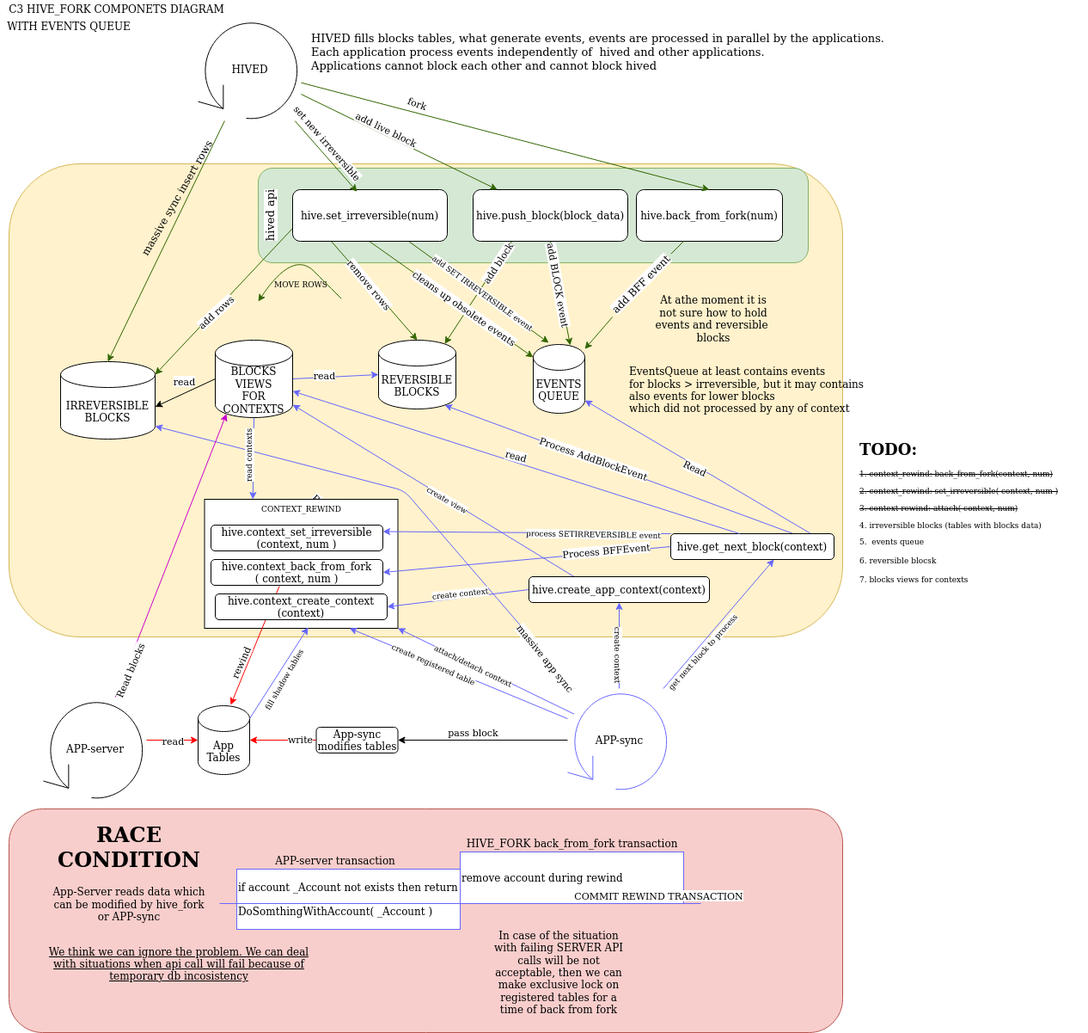
Before: doc/evq_c3.png, a diagram exported from draw.io (openhive-network/HAfAH). Source tidied: cells renumbered, new cells last; positions are measured from the earlier drawing's top-left corner, leaving out a move shared by most shapes.
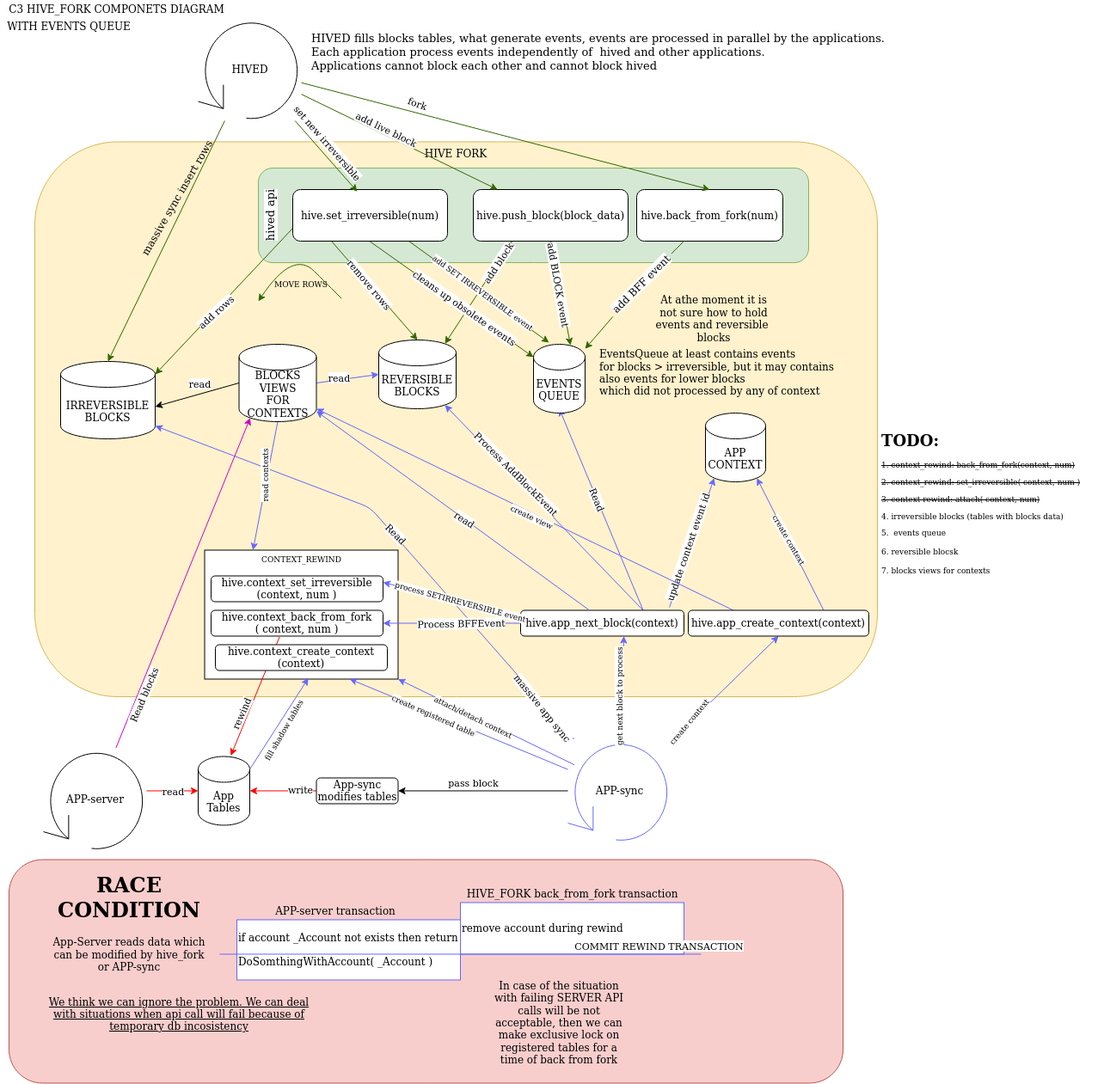
Above is the later version.

Commit message:
add hive.app_context table

The edit, as a diff of the source:
```diff
@@ -5,3 +5,3 @@
     <mxCell id="2" value="HIVE FORK" style="rounded=1;whiteSpace=wrap;html=1;strokeColor=#d6b656;align=center;verticalAlign=top;fillColor=#fff2cc;" parent="1" vertex="1">
-      <mxGeometry x="10" y="190" width="970" height="550" as="geometry" />
+      <mxGeometry x="40" y="164.5" width="980" height="645.5" as="geometry" />
     </mxCell>
@@ -11,3 +11,3 @@
     <mxCell id="4" style="rounded=1;whiteSpace=wrap;html=1;labelBackgroundColor=none;strokeColor=#b85450;align=left;fillColor=#f8cecc;" parent="1" vertex="1">
-      <mxGeometry x="10" y="940" width="970" height="260" as="geometry" />
+      <mxGeometry x="10" y="999.5" width="970" height="260" as="geometry" />
     </mxCell>
@@ -17,6 +17,6 @@
     <mxCell id="6" value="APP-sync" style="shape=mxgraph.bpmn.loop;html=1;outlineConnect=0;strokeColor=#6666FF;" parent="1" vertex="1">
-      <mxGeometry x="660" y="800" width="120" height="120" as="geometry" />
+      <mxGeometry x="660" y="859.5" width="120" height="120" as="geometry" />
     </mxCell>
     <mxCell id="7" value="App Tables" style="shape=cylinder3;whiteSpace=wrap;html=1;boundedLbl=1;backgroundOutline=1;size=15;" parent="1" vertex="1">
-      <mxGeometry x="230" y="820" width="60" height="80" as="geometry" />
+      <mxGeometry x="230" y="879.5" width="60" height="80" as="geometry" />
     </mxCell>
@@ -66,3 +66,3 @@
         <Array as="points">
-          <mxPoint x="470" y="570" />
+          <mxPoint x="430" y="590" />
         </Array>
@@ -72,3 +72,3 @@
       <mxGeometry x="0.67" y="-2" relative="1" as="geometry">
-        <mxPoint x="97" y="67" as="offset" />
+        <mxPoint x="182" y="90" as="offset" />
       </mxGeometry>
@@ -83,8 +83,10 @@
     </mxCell>
-    <mxCell id="23" style="endArrow=classic;html=1;fontColor=#000000;entryX=1;entryY=1;entryDx=0;entryDy=-15;entryPerimeter=0;exitX=0.858;exitY=0;exitDx=0;exitDy=0;strokeColor=#6666FF;exitPerimeter=0;" parent="1" edge="1" source="47" target="41">
-      <mxGeometry relative="1" as="geometry" />
+    <mxCell id="23" style="endArrow=classic;html=1;fontColor=#000000;entryX=0.5;entryY=1;entryDx=0;entryDy=0;entryPerimeter=0;exitX=0.75;exitY=0;exitDx=0;exitDy=0;strokeColor=#6666FF;" parent="1" edge="1" source="47">
+      <mxGeometry relative="1" as="geometry">
+        <mxPoint x="650" y="475" as="targetPoint" />
+      </mxGeometry>
     </mxCell>
-    <mxCell id="24" value="Read" style="edgeLabel;html=1;align=center;verticalAlign=middle;fontColor=#000000;rotation=25;" parent="23" vertex="1">
+    <mxCell id="24" value="Read" style="edgeLabel;html=1;align=center;verticalAlign=middle;fontColor=#000000;rotation=68;" parent="23" vertex="1">
       <mxGeometry x="-0.12" y="1" relative="1" as="geometry">
-        <mxPoint x="-19" y="-9" as="offset" />
+        <mxPoint x="-9" y="-26" as="offset" />
       </mxGeometry>
@@ -135,3 +137,3 @@
     <mxCell id="36" value="APP-server" style="shape=mxgraph.bpmn.loop;html=1;outlineConnect=0;" parent="1" vertex="1">
-      <mxGeometry x="50" y="810" width="120" height="120" as="geometry" />
+      <mxGeometry x="50" y="869.5" width="120" height="120" as="geometry" />
     </mxCell>
@@ -139,3 +141,3 @@
       <mxGeometry relative="1" as="geometry">
-        <mxPoint x="170" y="860" as="sourcePoint" />
+        <mxPoint x="170" y="919.5" as="sourcePoint" />
       </mxGeometry>
@@ -164,5 +166,5 @@
     </mxCell>
-    <mxCell id="44" value="&lt;div&gt;Process AddBlockEvent&lt;br&gt;&lt;/div&gt;" style="edgeLabel;html=1;align=center;verticalAlign=middle;fontColor=#000000;labelBackgroundColor=#ffffff;rotation=19;" parent="43" vertex="1">
+    <mxCell id="44" value="&lt;div&gt;Process AddBlockEvent&lt;br&gt;&lt;/div&gt;" style="edgeLabel;html=1;align=center;verticalAlign=middle;fontColor=#000000;labelBackgroundColor=#ffffff;rotation=45;" parent="43" vertex="1">
       <mxGeometry x="0.16" y="-3" relative="1" as="geometry">
-        <mxPoint x="1" y="2" as="offset" />
+        <mxPoint x="-16" y="-19" as="offset" />
       </mxGeometry>
@@ -177,4 +179,12 @@
     </mxCell>
+    <mxCell id="107" style="edgeStyle=none;rounded=0;jettySize=auto;html=1;exitX=0.911;exitY=-0.116;exitDx=0;exitDy=0;entryX=0.145;entryY=1;entryDx=0;entryDy=-4.35;entryPerimeter=0;fontSize=13;fontColor=#000000;strokeColor=#6666FF;exitPerimeter=0;" parent="1" edge="1" source="47" target="109">
+      <mxGeometry relative="1" as="geometry" />
+    </mxCell>
+    <mxCell id="108" value="&lt;font style=&quot;font-size: 11px;&quot;&gt;update context event id&lt;/font&gt;" style="edgeLabel;html=1;align=center;verticalAlign=middle;fontSize=11;fontColor=#000000;rotation=289;" parent="107" vertex="1">
+      <mxGeometry x="0.38" y="-2" relative="1" as="geometry">
+        <mxPoint x="-16" y="33" as="offset" />
+      </mxGeometry>
+    </mxCell>
-    <mxCell id="47" value="hive.get_next_block(context)" style="rounded=1;whiteSpace=wrap;html=1;fontColor=#000000;align=center;" parent="1" vertex="1">
-      <mxGeometry x="780" y="620" width="190" height="30" as="geometry" />
+    <mxCell id="47" value="hive.app_next_block(context)" style="rounded=1;whiteSpace=wrap;html=1;fontColor=#000000;align=center;" parent="1" vertex="1">
+      <mxGeometry x="605" y="709.5" width="190" height="30" as="geometry" />
     </mxCell>
@@ -183,5 +193,5 @@
     </mxCell>
-    <mxCell id="49" value="read" style="edgeLabel;html=1;align=center;verticalAlign=middle;fontColor=#000000;rotation=15;" parent="48" vertex="1">
+    <mxCell id="49" value="read" style="edgeLabel;html=1;align=center;verticalAlign=middle;fontColor=#000000;rotation=33;" parent="48" vertex="1">
       <mxGeometry x="-0.27" y="1" relative="1" as="geometry">
-        <mxPoint x="-70" y="-31" as="offset" />
+        <mxPoint x="-29" y="-23" as="offset" />
       </mxGeometry>
@@ -191,5 +201,5 @@
     </mxCell>
-    <mxCell id="51" value="get next block to process" style="edgeLabel;html=1;align=center;verticalAlign=middle;fontSize=9;fontColor=#000000;rotation=312;" parent="50" vertex="1">
+    <mxCell id="51" value="get next block to process" style="edgeLabel;html=1;align=center;verticalAlign=middle;fontSize=9;fontColor=#000000;rotation=-90;" parent="50" vertex="1">
       <mxGeometry x="-0.42" relative="1" as="geometry">
-        <mxPoint x="8" y="1" as="offset" />
+        <mxPoint x="-3" y="-14" as="offset" />
       </mxGeometry>
@@ -203,12 +213,12 @@
     <mxCell id="54" value="App-sync modifies tables" style="rounded=1;whiteSpace=wrap;html=1;fontColor=#000000;align=center;" parent="1" vertex="1">
-      <mxGeometry x="367.5" y="845" width="95" height="30" as="geometry" />
+      <mxGeometry x="367.5" y="904.5" width="95" height="30" as="geometry" />
     </mxCell>
     <mxCell id="55" value="&lt;h1&gt;RACE CONDITION&lt;br&gt;&lt;/h1&gt;&lt;p&gt;App-Server reads data which can be modified by hive_fork or APP-sync&lt;br&gt;&lt;/p&gt;" style="text;html=1;strokeColor=none;fillColor=none;spacing=5;spacingTop=-20;whiteSpace=wrap;overflow=hidden;rounded=0;labelBackgroundColor=none;align=center;" parent="1" vertex="1">
-      <mxGeometry x="55" y="950" width="190" height="140" as="geometry" />
+      <mxGeometry x="55" y="1009.5" width="190" height="140" as="geometry" />
     </mxCell>
     <mxCell id="56" value="&lt;div&gt;if account _Account not exists then return&lt;/div&gt;&lt;div&gt;&lt;br&gt;&lt;/div&gt;&lt;div&gt;DoSomthingWithAccount( _Account )&lt;br&gt;&lt;/div&gt;" style="rounded=0;whiteSpace=wrap;html=1;labelBackgroundColor=none;strokeColor=#6666FF;align=left;" parent="1" vertex="1">
-      <mxGeometry x="275" y="1010" width="260" height="70" as="geometry" />
+      <mxGeometry x="275" y="1069.5" width="260" height="70" as="geometry" />
     </mxCell>
     <mxCell id="57" value="remove account during rewind" style="rounded=0;whiteSpace=wrap;html=1;labelBackgroundColor=none;strokeColor=#6666FF;align=left;" parent="1" vertex="1">
-      <mxGeometry x="535" y="990" width="260" height="60" as="geometry" />
+      <mxGeometry x="535" y="1049.5" width="260" height="60" as="geometry" />
     </mxCell>
@@ -216,4 +226,4 @@
       <mxGeometry relative="1" as="geometry">
-        <mxPoint x="255" y="1050" as="sourcePoint" />
-        <mxPoint x="815" y="1050" as="targetPoint" />
+        <mxPoint x="255" y="1109.5" as="sourcePoint" />
+        <mxPoint x="815" y="1109.5" as="targetPoint" />
       </mxGeometry>
@@ -226,6 +236,6 @@
     <mxCell id="60" value="APP-server transaction" style="text;html=1;strokeColor=none;fillColor=none;align=center;verticalAlign=middle;whiteSpace=wrap;rounded=0;labelBackgroundColor=none;fontColor=#000000;" parent="1" vertex="1">
-      <mxGeometry x="295" y="990" width="190" height="20" as="geometry" />
+      <mxGeometry x="295" y="1049.5" width="190" height="20" as="geometry" />
     </mxCell>
     <mxCell id="61" value="HIVE_FORK back_from_fork transaction" style="text;html=1;align=center;verticalAlign=middle;strokeColor=none;fontColor=#000000;" parent="1" vertex="1">
-      <mxGeometry x="535" y="970" width="260" height="20" as="geometry" />
+      <mxGeometry x="535" y="1029.5" width="260" height="20" as="geometry" />
     </mxCell>
@@ -239,4 +249,4 @@
       <mxGeometry relative="1" as="geometry">
-        <mxPoint x="785" y="1045" as="sourcePoint" />
-        <mxPoint x="785" y="1045" as="targetPoint" />
+        <mxPoint x="785" y="1104.5" as="sourcePoint" />
+        <mxPoint x="785" y="1104.5" as="targetPoint" />
       </mxGeometry>
@@ -247,9 +257,9 @@
     <mxCell id="66" value="&lt;div align=&quot;left&quot;&gt;EventsQueue at least contains events&lt;/div&gt;&lt;div align=&quot;left&quot;&gt;for blocks &amp;gt; irreversible, but it may contains&lt;/div&gt;&lt;div align=&quot;left&quot;&gt;also events for lower blocks&lt;/div&gt;&lt;div align=&quot;left&quot;&gt;which did not processed by any of context&lt;br&gt;&lt;/div&gt;&lt;div align=&quot;left&quot;&gt;&lt;br&gt;&lt;/div&gt;" style="text;html=1;align=left;verticalAlign=middle;strokeColor=none;fontColor=#000000;" parent="1" vertex="1">
-      <mxGeometry x="730" y="420" width="290" height="80" as="geometry" />
+      <mxGeometry x="695" y="400" width="290" height="80" as="geometry" />
     </mxCell>
     <mxCell id="67" value="We think we can ignore the problem. We can deal with situations when api call will fail because of temporary db incosistency" style="text;html=1;strokeColor=none;fillColor=none;align=center;verticalAlign=middle;whiteSpace=wrap;rounded=0;labelBackgroundColor=none;fontColor=#000000;fontStyle=4;" parent="1" vertex="1">
-      <mxGeometry x="47.5" y="1110" width="320" height="20" as="geometry" />
+      <mxGeometry x="47.5" y="1169.5" width="320" height="20" as="geometry" />
     </mxCell>
     <mxCell id="68" value="In case of the situation with failing SERVER API calls will be not acceptable, then we can make exclusive lock on registered tables for a time of back from fork" style="text;html=1;strokeColor=none;fillColor=none;align=center;verticalAlign=middle;whiteSpace=wrap;rounded=0;labelBackgroundColor=none;fontColor=#000000;" parent="1" vertex="1">
-      <mxGeometry x="570" y="1120" width="160" height="20" as="geometry" />
+      <mxGeometry x="570" y="1179.5" width="160" height="20" as="geometry" />
     </mxCell>
@@ -278,3 +288,3 @@
     <mxCell id="75" value="&lt;div&gt;BLOCKS&lt;/div&gt;&lt;div&gt;VIEWS&lt;/div&gt;&lt;div&gt;FOR CONTEXTS&lt;br&gt;&lt;/div&gt;" style="shape=cylinder3;whiteSpace=wrap;html=1;boundedLbl=1;backgroundOutline=1;size=15;" parent="1" vertex="1">
-      <mxGeometry x="250" y="395" width="90" height="90" as="geometry" />
+      <mxGeometry x="277.5" y="400" width="90" height="90" as="geometry" />
     </mxCell>
@@ -290,6 +300,6 @@
     <mxCell id="79" value="CONTEXT_REWIND" style="rounded=0;whiteSpace=wrap;html=1;labelBackgroundColor=none;fontSize=9;verticalAlign=top;" parent="1" vertex="1">
-      <mxGeometry x="237.5" y="580" width="225" height="150" as="geometry" />
+      <mxGeometry x="237.5" y="639.5" width="225" height="150" as="geometry" />
     </mxCell>
     <mxCell id="80" value="&lt;div&gt;hive.context_back_from_fork&lt;/div&gt;&lt;div&gt;( context, num )&lt;/div&gt;" style="rounded=1;whiteSpace=wrap;html=1;fontColor=#000000;align=center;" parent="1" vertex="1">
-      <mxGeometry x="245" y="650" width="200" height="30" as="geometry" />
+      <mxGeometry x="245" y="709.5" width="200" height="30" as="geometry" />
     </mxCell>
@@ -298,5 +308,5 @@
     </mxCell>
-    <mxCell id="82" value="Process BFFEvent" style="edgeLabel;html=1;align=center;verticalAlign=middle;fontColor=#000000;rotation=355;" parent="81" vertex="1">
+    <mxCell id="82" value="Process BFFEvent" style="edgeLabel;html=1;align=center;verticalAlign=middle;fontColor=#000000;rotation=359;" parent="81" vertex="1">
       <mxGeometry x="0.33" relative="1" as="geometry">
-        <mxPoint x="148" y="-15" as="offset" />
+        <mxPoint x="37" as="offset" />
       </mxGeometry>
@@ -328,5 +338,5 @@
     </mxCell>
-    <mxCell id="90" value="create context" style="edgeLabel;html=1;align=center;verticalAlign=middle;fontSize=9;fontColor=#000000;rotation=90;" parent="89" vertex="1">
+    <mxCell id="90" value="create context" style="edgeLabel;html=1;align=center;verticalAlign=middle;fontSize=9;fontColor=#000000;rotation=-50;" parent="89" vertex="1">
       <mxGeometry x="0.26" y="1" relative="1" as="geometry">
-        <mxPoint x="1" y="23" as="offset" />
+        <mxPoint x="-58" y="56" as="offset" />
       </mxGeometry>
@@ -334,18 +344,18 @@
     <mxCell id="91" value="&lt;div&gt;hive.context_set_irreversible&lt;/div&gt;&lt;div&gt;(context, num )&lt;/div&gt;" style="rounded=1;whiteSpace=wrap;html=1;fontColor=#000000;align=center;" parent="1" vertex="1">
-      <mxGeometry x="245" y="610" width="200" height="30" as="geometry" />
+      <mxGeometry x="245" y="669.5" width="200" height="30" as="geometry" />
     </mxCell>
-    <mxCell id="92" style="edgeStyle=none;rounded=0;jettySize=auto;html=1;exitX=0;exitY=0;exitDx=0;exitDy=0;entryX=1;entryY=0.25;entryDx=0;entryDy=0;fontSize=9;fontColor=#000000;strokeColor=#6666FF;" parent="1" edge="1" source="47" target="91">
+    <mxCell id="92" style="edgeStyle=none;rounded=0;jettySize=auto;html=1;exitX=0;exitY=0.25;exitDx=0;exitDy=0;entryX=1;entryY=0.25;entryDx=0;entryDy=0;fontSize=9;fontColor=#000000;strokeColor=#6666FF;" parent="1" edge="1" source="47" target="91">
       <mxGeometry relative="1" as="geometry" />
     </mxCell>
-    <mxCell id="93" value="process SETIRREVERSIBLE event" style="edgeLabel;html=1;align=center;verticalAlign=middle;fontSize=9;fontColor=#000000;rotation=1;" parent="92" vertex="1">
+    <mxCell id="93" value="process SETIRREVERSIBLE event" style="edgeLabel;html=1;align=center;verticalAlign=middle;fontSize=9;fontColor=#000000;rotation=15;" parent="92" vertex="1">
       <mxGeometry x="-0.4" y="2" relative="1" as="geometry">
-        <mxPoint x="11" y="-1" as="offset" />
+        <mxPoint x="-21" y="-7" as="offset" />
       </mxGeometry>
     </mxCell>
-    <mxCell id="94" style="edgeStyle=none;rounded=0;jettySize=auto;html=1;exitX=0;exitY=0.5;exitDx=0;exitDy=0;entryX=1;entryY=0.5;entryDx=0;entryDy=0;fontSize=9;fontColor=#000000;strokeColor=#6666FF;" parent="1" edge="1" source="98" target="99">
+    <mxCell id="94" style="edgeStyle=none;rounded=0;jettySize=auto;html=1;exitX=0.75;exitY=0;exitDx=0;exitDy=0;entryX=0.855;entryY=1;entryDx=0;entryDy=-4.35;fontSize=9;fontColor=#000000;strokeColor=#6666FF;entryPerimeter=0;" parent="1" edge="1" source="98" target="109">
       <mxGeometry relative="1" as="geometry" />
     </mxCell>
-    <mxCell id="95" value="create context" style="edgeLabel;html=1;align=center;verticalAlign=middle;fontSize=9;fontColor=#000000;rotation=354;" parent="94" vertex="1">
+    <mxCell id="95" value="create context" style="edgeLabel;html=1;align=center;verticalAlign=middle;fontSize=9;fontColor=#000000;rotation=60;" parent="94" vertex="1">
       <mxGeometry x="0.19" relative="1" as="geometry">
-        <mxPoint x="18" y="-7" as="offset" />
+        <mxPoint x="6" y="9" as="offset" />
       </mxGeometry>
@@ -355,3 +365,3 @@
     </mxCell>
-    <mxCell id="97" value="create view" style="edgeLabel;html=1;align=center;verticalAlign=middle;fontSize=9;fontColor=#000000;rotation=30;" parent="96" vertex="1">
+    <mxCell id="97" value="create view" style="edgeLabel;html=1;align=center;verticalAlign=middle;fontSize=9;fontColor=#000000;rotation=25;" parent="96" vertex="1">
       <mxGeometry x="0.11" relative="1" as="geometry">
@@ -360,7 +370,7 @@
     </mxCell>
-    <mxCell id="98" value="hive.create_app_context(context)" style="rounded=1;whiteSpace=wrap;html=1;fontColor=#000000;align=center;" parent="1" vertex="1">
-      <mxGeometry x="615" y="670" width="210" height="30" as="geometry" />
+    <mxCell id="98" value="hive.app_create_context(context)" style="rounded=1;whiteSpace=wrap;html=1;fontColor=#000000;align=center;" parent="1" vertex="1">
+      <mxGeometry x="800" y="709.5" width="210" height="30" as="geometry" />
     </mxCell>
     <mxCell id="99" value="&lt;div&gt;hive.context_create_context&lt;/div&gt;&lt;div&gt;(context)&lt;/div&gt;" style="rounded=1;whiteSpace=wrap;html=1;fontColor=#000000;align=center;" parent="1" vertex="1">
-      <mxGeometry x="250" y="690" width="200" height="30" as="geometry" />
+      <mxGeometry x="250" y="749.5" width="200" height="30" as="geometry" />
     </mxCell>
@@ -373,3 +383,3 @@
     <mxCell id="102" value="&lt;h1&gt;TODO:&lt;/h1&gt;&lt;p&gt;&lt;strike&gt;1. context_rewind: back_from_fork(context, num)&lt;/strike&gt;&lt;br&gt;&lt;/p&gt;&lt;p&gt;&lt;strike&gt;2. context_rewind: set_irreversible( context, num )&lt;/strike&gt;&lt;/p&gt;&lt;p&gt;&lt;strike&gt;3. context rewind: attach( context, num)&lt;/strike&gt;&lt;br&gt;&lt;/p&gt;&lt;p&gt;4. irreversible blocks (tables with blocks data)&lt;br&gt;&lt;/p&gt;&lt;div&gt;5.&amp;nbsp; events queue&lt;/div&gt;&lt;div&gt;&lt;br&gt;&lt;/div&gt;&lt;div&gt;6. reversible blocsk&lt;/div&gt;&lt;div&gt;&lt;br&gt;&lt;/div&gt;&lt;div&gt;7. blocks views for contexts&lt;br&gt;&lt;/div&gt;" style="text;html=1;strokeColor=none;fillColor=none;spacing=5;spacingTop=-20;whiteSpace=wrap;overflow=hidden;rounded=0;labelBackgroundColor=#ffffff;fontSize=9;fontColor=#000000;" parent="1" vertex="1">
-      <mxGeometry x="995" y="510" width="270" height="190" as="geometry" />
+      <mxGeometry x="1020" y="500" width="270" height="190" as="geometry" />
     </mxCell>
@@ -377,3 +387,3 @@
       <mxGeometry relative="1" as="geometry">
-        <mxPoint x="667.5" y="829.7" as="sourcePoint" />
+        <mxPoint x="667.5" y="889.2" as="sourcePoint" />
       </mxGeometry>
@@ -397,2 +407,5 @@
     </mxCell>
+    <mxCell id="109" value="APP CONTEXT" style="shape=cylinder3;whiteSpace=wrap;html=1;boundedLbl=1;backgroundOutline=1;size=15;fontColor=#000000;align=center;" parent="1" vertex="1">
+      <mxGeometry x="820" y="480" width="70" height="80" as="geometry" />
+    </mxCell>
   </root>
```
